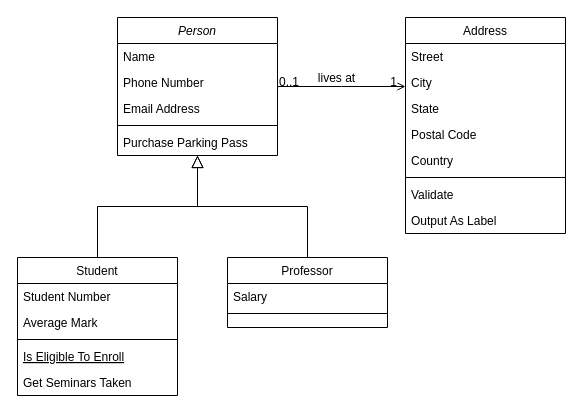
corccc/Diagrams keeps this draw.io diagram as 未命名绘图.drawio. Above is the earlier version. Source tidied: cells renumbered, new cells numbered last; positions are measured from the earlier drawing's top-left corner, leaving out a move shared by most shapes. Both pictures are drawn from the tidied source at 100%, with x=0, y=0 at pixel (17, 17).
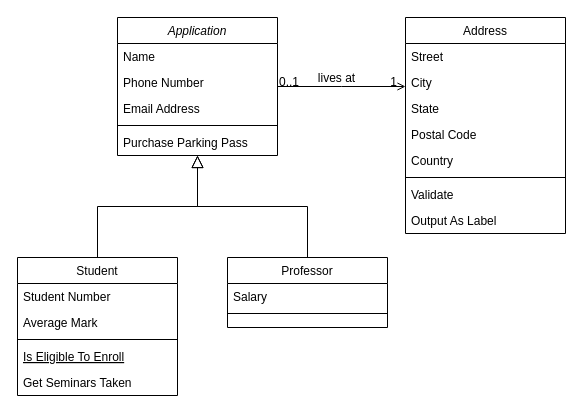
Above is the later version.

The edit, as a diff of the source:
```diff
@@
-    <mxCell id="2" value="Person" style="swimlane;fontStyle=2;align=center;verticalAlign=top;horizontal=1;startSize=26;rounded=0;shadow=0;strokeWidth=1;" parent="1" vertex="1">
+    <mxCell id="2" value="Application" style="swimlane;fontStyle=2;align=center;verticalAlign=top;horizontal=1;startSize=26;rounded=0;shadow=0;strokeWidth=1;" parent="1" vertex="1">
       <mxGeometry x="100" width="160" height="138" as="geometry" />
     </mxCell>
```
